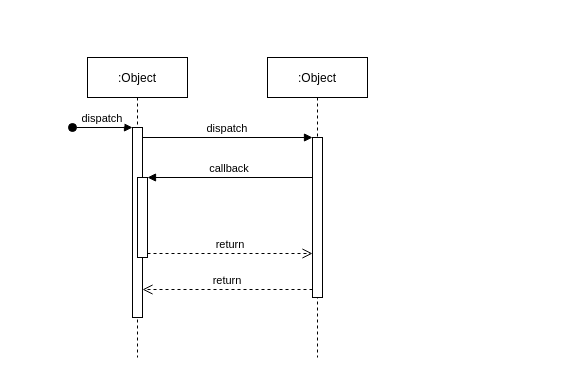
The draw.io diagram excel下载.drawio in GEDS1990/docs, before the edit. Source tidied: cells renumbered, new cells numbered last; positions are measured from the earlier drawing's top-left corner, leaving out a move shared by most shapes. Both pictures are drawn from the tidied source at 100%, with x=0, y=0 at pixel (72, 57).
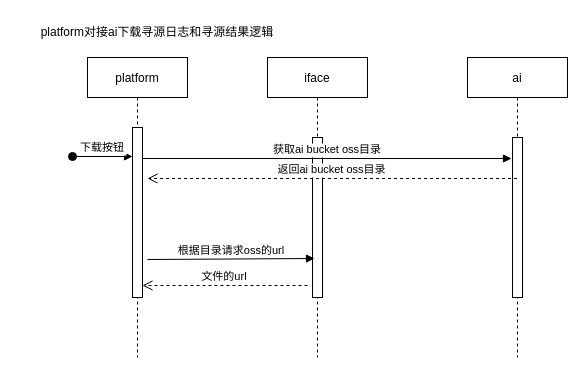
The same diagram, later.

Diff of the diagram source:
```diff
@@
 <mxGraphModel>
   <root>
     <mxCell id="0" />
     <mxCell id="1" parent="0" />
-    <mxCell id="2" value=":Object" style="shape=umlLifeline;perimeter=lifelinePerimeter;rounded=0;shadow=0;strokeWidth=1;" parent="1" vertex="1">
+    <mxCell id="2" value="platform" style="shape=umlLifeline;perimeter=lifelinePerimeter;rounded=0;shadow=0;strokeWidth=1;" parent="1" vertex="1">
       <mxGeometry x="15" width="100" height="300" as="geometry" />
     </mxCell>
     <mxCell id="3" style="points=[];perimeter=orthogonalPerimeter;rounded=0;shadow=0;strokeWidth=1;" parent="2" vertex="1">
-      <mxGeometry x="45" y="70" width="10" height="190" as="geometry" />
+      <mxGeometry x="45" y="70" width="10" height="170" as="geometry" />
     </mxCell>
-    <mxCell id="4" value="dispatch" style="verticalAlign=bottom;startArrow=oval;endArrow=block;startSize=8;shadow=0;strokeWidth=1;" parent="2" edge="1" target="3">
+    <mxCell id="4" value="下载按钮" style="verticalAlign=bottom;startArrow=oval;endArrow=block;startSize=8;shadow=0;strokeWidth=1;" parent="2" edge="1">
       <mxGeometry relative="1" as="geometry">
-        <mxPoint x="-15" y="70" as="sourcePoint" />
+        <mxPoint x="-15" y="99" as="sourcePoint" />
+        <mxPoint x="45" y="99" as="targetPoint" />
       </mxGeometry>
     </mxCell>
-    <mxCell id="5" style="points=[];perimeter=orthogonalPerimeter;rounded=0;shadow=0;strokeWidth=1;" parent="2" vertex="1">
-      <mxGeometry x="50" y="120" width="10" height="80" as="geometry" />
-    </mxCell>
-    <mxCell id="6" value=":Object" style="shape=umlLifeline;perimeter=lifelinePerimeter;rounded=0;shadow=0;strokeWidth=1;" parent="1" vertex="1">
+    <mxCell id="6" value="iface" style="shape=umlLifeline;perimeter=lifelinePerimeter;rounded=0;shadow=0;strokeWidth=1;" parent="1" vertex="1">
       <mxGeometry x="195" width="100" height="300" as="geometry" />
     </mxCell>
     <mxCell id="7" style="points=[];perimeter=orthogonalPerimeter;rounded=0;shadow=0;strokeWidth=1;" parent="6" vertex="1">
       <mxGeometry x="45" y="80" width="10" height="160" as="geometry" />
     </mxCell>
-    <mxCell id="8" value="return" style="verticalAlign=bottom;endArrow=open;dashed=1;endSize=8;exitX=0;exitY=0.95;shadow=0;strokeWidth=1;" parent="1" edge="1" source="7" target="3">
-      <mxGeometry relative="1" as="geometry" />
-    </mxCell>
+    <mxCell id="12" value="文件的url" style="verticalAlign=bottom;endArrow=open;dashed=1;endSize=8;shadow=0;strokeWidth=1;" parent="6" edge="1">
+      <mxGeometry relative="1" as="geometry">
+        <mxPoint x="40" y="228" as="sourcePoint" />
+        <mxPoint x="-125" y="228" as="targetPoint" />
+      </mxGeometry>
+    </mxCell>
-    <mxCell id="9" value="dispatch" style="verticalAlign=bottom;endArrow=block;entryX=0;entryY=0;shadow=0;strokeWidth=1;" parent="1" edge="1" source="3" target="7">
-      <mxGeometry relative="1" as="geometry" />
+    <mxCell id="9" value="获取ai bucket oss目录" style="verticalAlign=bottom;endArrow=block;shadow=0;strokeWidth=1;entryX=-0.1;entryY=0;entryDx=0;entryDy=0;entryPerimeter=0;" parent="1" edge="1">
+      <mxGeometry relative="1" as="geometry">
+        <mxPoint x="70" y="101" as="sourcePoint" />
+        <mxPoint x="439" y="101" as="targetPoint" />
+      </mxGeometry>
     </mxCell>
-    <mxCell id="10" value="callback" style="verticalAlign=bottom;endArrow=block;entryX=1;entryY=0;shadow=0;strokeWidth=1;" parent="1" edge="1" source="7" target="5">
-      <mxGeometry relative="1" as="geometry" />
-    </mxCell>
-    <mxCell id="11" value="return" style="verticalAlign=bottom;endArrow=open;dashed=1;endSize=8;exitX=1;exitY=0.95;shadow=0;strokeWidth=1;" parent="1" edge="1" source="5" target="7">
-      <mxGeometry relative="1" as="geometry" />
-    </mxCell>
+    <mxCell id="13" value="ai" style="shape=umlLifeline;perimeter=lifelinePerimeter;rounded=0;shadow=0;strokeWidth=1;" parent="1" vertex="1">
+      <mxGeometry x="395" width="100" height="300" as="geometry" />
+    </mxCell>
+    <mxCell id="14" style="perimeter=orthogonalPerimeter;rounded=0;shadow=0;strokeWidth=1;" parent="13" vertex="1">
+      <mxGeometry x="45" y="80" width="10" height="160" as="geometry" />
+    </mxCell>
+    <mxCell id="15" value="返回ai bucket oss目录" style="verticalAlign=bottom;endArrow=open;dashed=1;endSize=8;shadow=0;strokeWidth=1;" parent="1" edge="1">
+      <mxGeometry relative="1" as="geometry">
+        <mxPoint x="444.5" y="121" as="sourcePoint" />
+        <mxPoint x="75" y="121" as="targetPoint" />
+      </mxGeometry>
+    </mxCell>
+    <mxCell id="16" value="根据目录请求oss的url" style="verticalAlign=bottom;endArrow=block;shadow=0;strokeWidth=1;entryX=0.2;entryY=0.369;entryDx=0;entryDy=0;entryPerimeter=0;" parent="1" edge="1">
+      <mxGeometry relative="1" as="geometry">
+        <mxPoint x="75" y="202" as="sourcePoint" />
+        <mxPoint x="242" y="201" as="targetPoint" />
+      </mxGeometry>
+    </mxCell>
+    <mxCell id="17" value="platform对接ai下载寻源日志和寻源结果逻辑" style="text;html=1;strokeColor=none;fillColor=none;align=center;verticalAlign=middle;whiteSpace=wrap;rounded=0;" parent="1" vertex="1">
+      <mxGeometry x="-55" y="-40" width="280" height="30" as="geometry" />
+    </mxCell>
   </root>
 </mxGraphModel>
```
